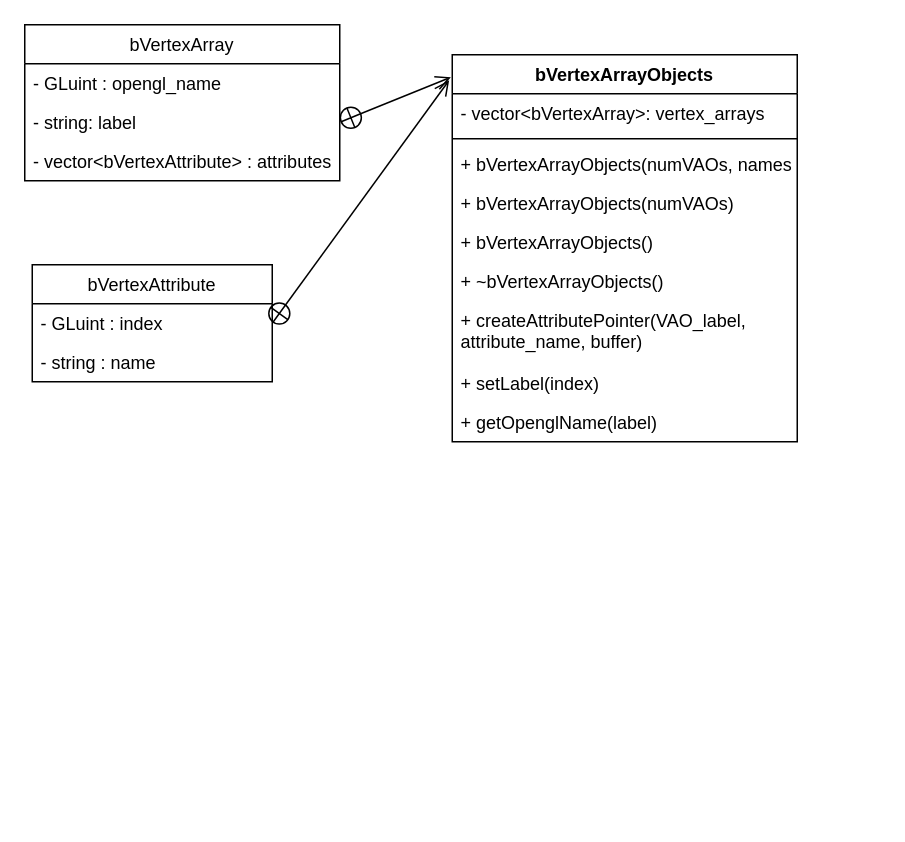
This is docs/bVertexArrayObjects.drawio from LowFire/blazer3d, a draw.io file, before an edit. Source tidied: cells renumbered, new cells numbered last; positions are measured from the earlier drawing's top-left corner, leaving out a move shared by most shapes. Both pictures are drawn from the tidied source at 150%, with x=0, y=0 at pixel (24, 24).
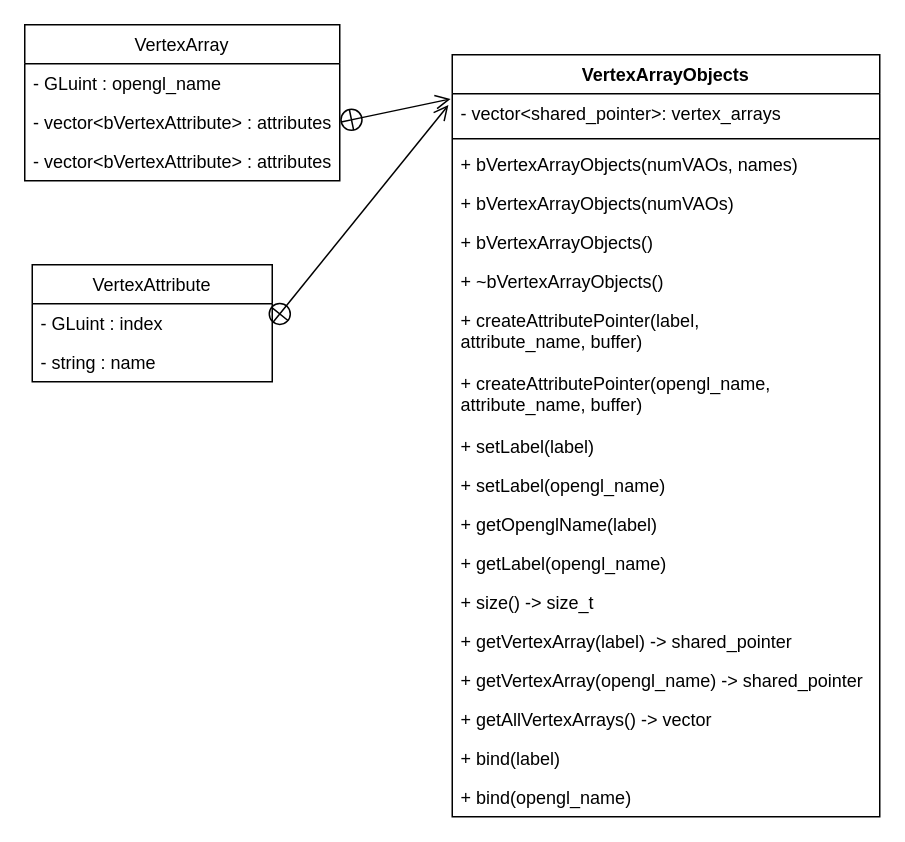
The same page after the edit.

Diff of the diagram source:
```diff
@@
-    <mxCell id="2" value="bVertexArray" style="swimlane;fontStyle=0;horizontal=1;startSize=26;fillColor=none;" parent="1" vertex="1">
+    <mxCell id="2" value="VertexArray" style="swimlane;fontStyle=0;horizontal=1;startSize=26;fillColor=none;" parent="1" vertex="1">
       <mxGeometry width="210" height="104" as="geometry" />
     </mxCell>
@@
-    <mxCell id="4" value="- string: label" style="text;strokeColor=none;fillColor=none;align=left;verticalAlign=top;spacingLeft=4;spacingRight=4;overflow=hidden;points=[[0,0.5],[1,0.5]];portConstraint=eastwest;" parent="2" vertex="1">
-      <mxGeometry y="52" width="210" height="26" as="geometry" />
-    </mxCell>
+    <mxCell id="21" value="- vector&lt;bVertexAttribute&gt; : attributes" style="text;strokeColor=none;fillColor=none;align=left;verticalAlign=top;spacingLeft=4;spacingRight=4;overflow=hidden;" parent="2" vertex="1">
+      <mxGeometry y="52" width="210" height="26" as="geometry" />
+    </mxCell>
@@
-    <mxCell id="6" value="bVertexArrayObjects" style="swimlane;fontStyle=1;align=center;verticalAlign=top;horizontal=1;startSize=26;" parent="1" vertex="1">
-      <mxGeometry x="285" y="20" width="230" height="258" as="geometry" />
+    <mxCell id="6" value="VertexArrayObjects" style="swimlane;fontStyle=1;align=center;verticalAlign=top;horizontal=1;startSize=26;" parent="1" vertex="1">
+      <mxGeometry x="285" y="20" width="285" height="508" as="geometry" />
     </mxCell>
-    <mxCell id="7" value="- vector&lt;bVertexArray&gt;: vertex_arrays" style="text;strokeColor=none;fillColor=none;align=left;verticalAlign=top;spacingLeft=4;spacingRight=4;overflow=hidden;" parent="6" vertex="1">
-      <mxGeometry y="26" width="230" height="26" as="geometry" />
+    <mxCell id="7" value="- vector&lt;shared_pointer&gt;: vertex_arrays" style="text;strokeColor=none;fillColor=none;align=left;verticalAlign=top;spacingLeft=4;spacingRight=4;overflow=hidden;" parent="6" vertex="1">
+      <mxGeometry y="26" width="285" height="26" as="geometry" />
     </mxCell>
     <mxCell id="8" style="line;strokeWidth=1;fillColor=none;align=left;verticalAlign=middle;spacingTop=-1;spacingLeft=3;spacingRight=3;labelPosition=right;" parent="6" vertex="1">
-      <mxGeometry y="52" width="230" height="8" as="geometry" />
+      <mxGeometry y="52" width="285" height="8" as="geometry" />
     </mxCell>
     <mxCell id="9" value="+ bVertexArrayObjects(numVAOs, names)" style="text;strokeColor=none;fillColor=none;align=left;verticalAlign=top;spacingLeft=4;spacingRight=4;overflow=hidden;" parent="6" vertex="1">
-      <mxGeometry y="60" width="230" height="26" as="geometry" />
+      <mxGeometry y="60" width="285" height="26" as="geometry" />
     </mxCell>
     <mxCell id="10" value="+ bVertexArrayObjects(numVAOs)" style="text;strokeColor=none;fillColor=none;align=left;verticalAlign=top;spacingLeft=4;spacingRight=4;overflow=hidden;" parent="6" vertex="1">
-      <mxGeometry y="86" width="230" height="26" as="geometry" />
+      <mxGeometry y="86" width="285" height="26" as="geometry" />
     </mxCell>
     <mxCell id="11" value="+ bVertexArrayObjects()" style="text;strokeColor=none;fillColor=none;align=left;verticalAlign=top;spacingLeft=4;spacingRight=4;overflow=hidden;" parent="6" vertex="1">
-      <mxGeometry y="112" width="230" height="26" as="geometry" />
+      <mxGeometry y="112" width="285" height="26" as="geometry" />
     </mxCell>
     <mxCell id="12" value="+ ~bVertexArrayObjects()" style="text;strokeColor=none;fillColor=none;align=left;verticalAlign=top;spacingLeft=4;spacingRight=4;overflow=hidden;" parent="6" vertex="1">
-      <mxGeometry y="138" width="230" height="26" as="geometry" />
+      <mxGeometry y="138" width="285" height="26" as="geometry" />
     </mxCell>
-    <mxCell id="13" value="+ createAttributePointer(VAO_label, &#10;attribute_name, buffer)" style="text;strokeColor=none;fillColor=none;align=left;verticalAlign=top;spacingLeft=4;spacingRight=4;overflow=hidden;" parent="6" vertex="1">
-      <mxGeometry y="164" width="230" height="42" as="geometry" />
+    <mxCell id="13" value="+ createAttributePointer(label, &#10;attribute_name, buffer)" style="text;strokeColor=none;fillColor=none;align=left;verticalAlign=top;spacingLeft=4;spacingRight=4;overflow=hidden;" parent="6" vertex="1">
+      <mxGeometry y="164" width="285" height="42" as="geometry" />
     </mxCell>
+    <mxCell id="22" value="+ createAttributePointer(opengl_name, &#10;attribute_name, buffer)" style="text;strokeColor=none;fillColor=none;align=left;verticalAlign=top;spacingLeft=4;spacingRight=4;overflow=hidden;" parent="6" vertex="1">
+      <mxGeometry y="206" width="285" height="42" as="geometry" />
+    </mxCell>
-    <mxCell id="14" value="+ setLabel(index)" style="text;strokeColor=none;fillColor=none;align=left;verticalAlign=top;spacingLeft=4;spacingRight=4;overflow=hidden;" parent="6" vertex="1">
-      <mxGeometry y="206" width="230" height="26" as="geometry" />
+    <mxCell id="14" value="+ setLabel(label)" style="text;strokeColor=none;fillColor=none;align=left;verticalAlign=top;spacingLeft=4;spacingRight=4;overflow=hidden;" parent="6" vertex="1">
+      <mxGeometry y="248" width="285" height="26" as="geometry" />
     </mxCell>
+    <mxCell id="23" value="+ setLabel(opengl_name)" style="text;strokeColor=none;fillColor=none;align=left;verticalAlign=top;spacingLeft=4;spacingRight=4;overflow=hidden;" parent="6" vertex="1">
+      <mxGeometry y="274" width="285" height="26" as="geometry" />
+    </mxCell>
     <mxCell id="15" value="+ getOpenglName(label)" style="text;strokeColor=none;fillColor=none;align=left;verticalAlign=top;spacingLeft=4;spacingRight=4;overflow=hidden;" parent="6" vertex="1">
-      <mxGeometry y="232" width="230" height="26" as="geometry" />
+      <mxGeometry y="300" width="285" height="26" as="geometry" />
     </mxCell>
+    <mxCell id="24" value="+ getLabel(opengl_name)" style="text;strokeColor=none;fillColor=none;align=left;verticalAlign=top;spacingLeft=4;spacingRight=4;overflow=hidden;" parent="6" vertex="1">
+      <mxGeometry y="326" width="285" height="26" as="geometry" />
+    </mxCell>
+    <mxCell id="25" value="+ size() -&gt; size_t" style="text;strokeColor=none;fillColor=none;align=left;verticalAlign=top;spacingLeft=4;spacingRight=4;overflow=hidden;" parent="6" vertex="1">
+      <mxGeometry y="352" width="285" height="26" as="geometry" />
+    </mxCell>
+    <mxCell id="26" value="+ getVertexArray(label) -&gt; shared_pointer" style="text;strokeColor=none;fillColor=none;align=left;verticalAlign=top;spacingLeft=4;spacingRight=4;overflow=hidden;" parent="6" vertex="1">
+      <mxGeometry y="378" width="285" height="26" as="geometry" />
+    </mxCell>
+    <mxCell id="27" value="+ getVertexArray(opengl_name) -&gt; shared_pointer" style="text;strokeColor=none;fillColor=none;align=left;verticalAlign=top;spacingLeft=4;spacingRight=4;overflow=hidden;" parent="6" vertex="1">
+      <mxGeometry y="404" width="285" height="26" as="geometry" />
+    </mxCell>
+    <mxCell id="28" value="+ getAllVertexArrays() -&gt; vector" style="text;strokeColor=none;fillColor=none;align=left;verticalAlign=top;spacingLeft=4;spacingRight=4;overflow=hidden;" parent="6" vertex="1">
+      <mxGeometry y="430" width="285" height="26" as="geometry" />
+    </mxCell>
+    <mxCell id="29" value="+ bind(label)" style="text;strokeColor=none;fillColor=none;align=left;verticalAlign=top;spacingLeft=4;spacingRight=4;overflow=hidden;" parent="6" vertex="1">
+      <mxGeometry y="456" width="285" height="26" as="geometry" />
+    </mxCell>
+    <mxCell id="30" value="+ bind(opengl_name)" style="text;strokeColor=none;fillColor=none;align=left;verticalAlign=top;spacingLeft=4;spacingRight=4;overflow=hidden;" parent="6" vertex="1">
+      <mxGeometry y="482" width="285" height="26" as="geometry" />
+    </mxCell>
-    <mxCell id="16" style="endArrow=open;startArrow=circlePlus;endFill=0;startFill=0;endSize=8;html=1;exitX=1;exitY=0.5;exitDx=0;exitDy=0;entryX=-0.004;entryY=0.058;entryDx=0;entryDy=0;entryPerimeter=0;" parent="1" edge="1" source="4" target="6">
-      <mxGeometry relative="1" as="geometry" />
+    <mxCell id="16" style="endArrow=open;startArrow=circlePlus;endFill=0;startFill=0;endSize=8;html=1;exitX=1;exitY=0.5;exitDx=0;exitDy=0;entryX=-0.004;entryY=0.058;entryDx=0;entryDy=0;entryPerimeter=0;" parent="1" edge="1" target="6">
+      <mxGeometry relative="1" as="geometry">
+        <mxPoint x="210" y="65" as="sourcePoint" />
+      </mxGeometry>
     </mxCell>
@@
-    <mxCell id="18" value="bVertexAttribute" style="swimlane;fontStyle=0;horizontal=1;startSize=26;fillColor=none;" parent="1" vertex="1">
+    <mxCell id="18" value="VertexAttribute" style="swimlane;fontStyle=0;horizontal=1;startSize=26;fillColor=none;" parent="1" vertex="1">
       <mxGeometry x="5" y="160" width="160" height="78" as="geometry" />
     </mxCell>
```
